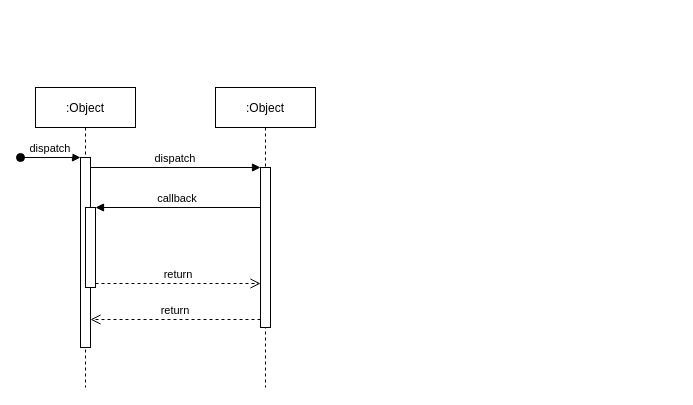
This is addBill.drawio from Hengjiu99/UML, a draw.io file, before an edit. Source tidied: cells renumbered, new cells numbered last; positions are measured from the earlier drawing's top-left corner, leaving out a move shared by most shapes. Both pictures are drawn from the tidied source at 100%, with x=0, y=0 at pixel (20, 87).
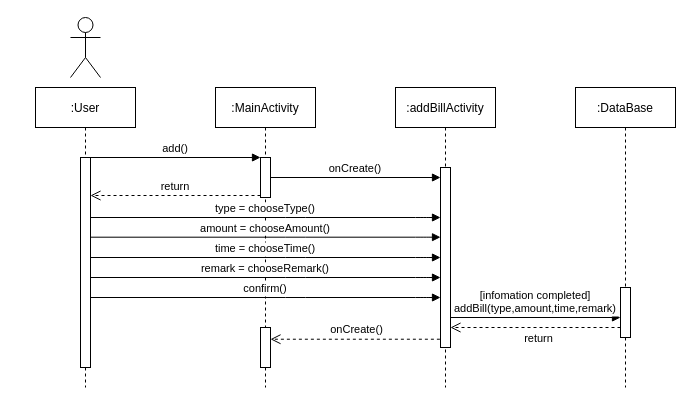
The same page after the edit.

Diff of the diagram source:
```diff
@@
-    <mxCell id="2" value=":Object" style="shape=umlLifeline;perimeter=lifelinePerimeter;rounded=0;shadow=0;strokeWidth=1;" parent="1" vertex="1">
+    <mxCell id="2" value=":User" style="shape=umlLifeline;perimeter=lifelinePerimeter;rounded=0;shadow=0;strokeWidth=1;" parent="1" vertex="1">
       <mxGeometry x="15" width="100" height="300" as="geometry" />
     </mxCell>
     <mxCell id="3" style="points=[];perimeter=orthogonalPerimeter;rounded=0;shadow=0;strokeWidth=1;" parent="2" vertex="1">
-      <mxGeometry x="45" y="70" width="10" height="190" as="geometry" />
+      <mxGeometry x="45" y="70" width="10" height="210" as="geometry" />
     </mxCell>
-    <mxCell id="4" value="dispatch" style="verticalAlign=bottom;startArrow=oval;endArrow=block;startSize=8;shadow=0;strokeWidth=1;" parent="2" edge="1" target="3">
-      <mxGeometry relative="1" as="geometry">
-        <mxPoint x="-15" y="70" as="sourcePoint" />
-      </mxGeometry>
-    </mxCell>
-    <mxCell id="5" style="points=[];perimeter=orthogonalPerimeter;rounded=0;shadow=0;strokeWidth=1;" parent="2" vertex="1">
-      <mxGeometry x="50" y="120" width="10" height="80" as="geometry" />
-    </mxCell>
-    <mxCell id="6" value=":Object" style="shape=umlLifeline;perimeter=lifelinePerimeter;rounded=0;shadow=0;strokeWidth=1;" parent="1" vertex="1">
+    <mxCell id="6" value=":MainActivity" style="shape=umlLifeline;perimeter=lifelinePerimeter;rounded=0;shadow=0;strokeWidth=1;" parent="1" vertex="1">
       <mxGeometry x="195" width="100" height="300" as="geometry" />
     </mxCell>
     <mxCell id="7" style="points=[];perimeter=orthogonalPerimeter;rounded=0;shadow=0;strokeWidth=1;" parent="6" vertex="1">
-      <mxGeometry x="45" y="80" width="10" height="160" as="geometry" />
+      <mxGeometry x="45" y="70" width="10" height="40" as="geometry" />
     </mxCell>
+    <mxCell id="12" value="time = chooseTime()" style="verticalAlign=bottom;endArrow=block;shadow=0;strokeWidth=1;" parent="6" edge="1">
+      <mxGeometry relative="1" as="geometry">
+        <mxPoint x="-125" y="170" as="sourcePoint" />
+        <mxPoint x="225" y="170" as="targetPoint" />
+        <Array as="points">
+          <mxPoint x="80" y="170" />
+          <mxPoint x="210" y="170" />
+        </Array>
+      </mxGeometry>
+    </mxCell>
+    <mxCell id="13" style="points=[];perimeter=orthogonalPerimeter;rounded=0;shadow=0;strokeWidth=1;" parent="6" vertex="1">
+      <mxGeometry x="45" y="240" width="10" height="40" as="geometry" />
+    </mxCell>
@@
-    <mxCell id="9" value="dispatch" style="verticalAlign=bottom;endArrow=block;entryX=0;entryY=0;shadow=0;strokeWidth=1;" parent="1" edge="1" source="3" target="7">
+    <mxCell id="9" value="add()" style="verticalAlign=bottom;endArrow=block;entryX=0;entryY=0;shadow=0;strokeWidth=1;" parent="1" edge="1" source="3" target="7">
       <mxGeometry relative="1" as="geometry" />
     </mxCell>
-    <mxCell id="10" value="callback" style="verticalAlign=bottom;endArrow=block;entryX=1;entryY=0;shadow=0;strokeWidth=1;" parent="1" edge="1" source="7" target="5">
-      <mxGeometry relative="1" as="geometry" />
-    </mxCell>
+    <mxCell id="14" value=":addBillActivity" style="shape=umlLifeline;perimeter=lifelinePerimeter;rounded=0;shadow=0;strokeWidth=1;" parent="1" vertex="1">
+      <mxGeometry x="375" width="100" height="300" as="geometry" />
+    </mxCell>
+    <mxCell id="15" style="points=[];perimeter=orthogonalPerimeter;rounded=0;shadow=0;strokeWidth=1;" parent="14" vertex="1">
+      <mxGeometry x="45" y="80" width="10" height="180" as="geometry" />
+    </mxCell>
+    <mxCell id="16" value="onCreate()" style="verticalAlign=bottom;endArrow=block;entryX=0;entryY=0;shadow=0;strokeWidth=1;" parent="1" edge="1">
+      <mxGeometry relative="1" as="geometry">
+        <mxPoint x="250" y="90" as="sourcePoint" />
+        <mxPoint x="420" y="90" as="targetPoint" />
+      </mxGeometry>
+    </mxCell>
+    <mxCell id="17" value="type = chooseType()" style="verticalAlign=bottom;endArrow=block;shadow=0;strokeWidth=1;" parent="1" edge="1" source="3" target="15">
+      <mxGeometry relative="1" as="geometry">
+        <Array as="points">
+          <mxPoint x="275" y="130" />
+          <mxPoint x="405" y="130" />
+        </Array>
+      </mxGeometry>
+    </mxCell>
+    <mxCell id="18" value=":DataBase" style="shape=umlLifeline;perimeter=lifelinePerimeter;rounded=0;shadow=0;strokeWidth=1;" parent="1" vertex="1">
+      <mxGeometry x="555" width="100" height="300" as="geometry" />
+    </mxCell>
+    <mxCell id="19" style="perimeter=orthogonalPerimeter;rounded=0;shadow=0;strokeWidth=1;" parent="18" vertex="1">
+      <mxGeometry x="45" y="200" width="10" height="50" as="geometry" />
+    </mxCell>
+    <mxCell id="20" value="amount = chooseAmount()" style="verticalAlign=bottom;endArrow=block;shadow=0;strokeWidth=1;" parent="1" edge="1">
+      <mxGeometry relative="1" as="geometry">
+        <mxPoint x="70" y="149.7" as="sourcePoint" />
+        <mxPoint x="420" y="149.7" as="targetPoint" />
+        <Array as="points">
+          <mxPoint x="275" y="149.7" />
+          <mxPoint x="405" y="149.7" />
+        </Array>
+      </mxGeometry>
+    </mxCell>
+    <mxCell id="21" value="remark = chooseRemark()" style="verticalAlign=bottom;endArrow=block;shadow=0;strokeWidth=1;" parent="1" edge="1">
+      <mxGeometry relative="1" as="geometry">
+        <mxPoint x="70" y="190" as="sourcePoint" />
+        <mxPoint x="420" y="190" as="targetPoint" />
+        <Array as="points">
+          <mxPoint x="275" y="190" />
+          <mxPoint x="405" y="190" />
+        </Array>
+      </mxGeometry>
+    </mxCell>
-    <mxCell id="11" value="return" style="verticalAlign=bottom;endArrow=open;dashed=1;endSize=8;exitX=1;exitY=0.95;shadow=0;strokeWidth=1;" parent="1" edge="1" source="5" target="7">
-      <mxGeometry relative="1" as="geometry" />
+    <mxCell id="11" value="return" style="html=1;verticalAlign=bottom;endArrow=open;dashed=1;endSize=8;rounded=0;" parent="1" edge="1">
+      <mxGeometry x="-0.03" y="20" relative="1" as="geometry">
+        <mxPoint x="600" y="240" as="sourcePoint" />
+        <mxPoint x="430" y="240" as="targetPoint" />
+      </mxGeometry>
     </mxCell>
+    <mxCell id="22" value="[infomation completed]&#10;addBill(type,amount,time,remark)" style="verticalAlign=bottom;endArrow=block;entryX=0;entryY=0;shadow=0;strokeWidth=1;" parent="1" edge="1">
+      <mxGeometry relative="1" as="geometry">
+        <mxPoint x="430" y="230" as="sourcePoint" />
+        <mxPoint x="600" y="230" as="targetPoint" />
+      </mxGeometry>
+    </mxCell>
+    <mxCell id="23" value="confirm()" style="verticalAlign=bottom;endArrow=block;shadow=0;strokeWidth=1;" parent="1" edge="1">
+      <mxGeometry relative="1" as="geometry">
+        <mxPoint x="70" y="210" as="sourcePoint" />
+        <mxPoint x="420" y="210" as="targetPoint" />
+        <Array as="points">
+          <mxPoint x="275" y="210" />
+          <mxPoint x="405" y="210" />
+        </Array>
+      </mxGeometry>
+    </mxCell>
+    <mxCell id="24" value="onCreate()" style="html=1;verticalAlign=bottom;endArrow=open;dashed=1;endSize=8;rounded=0;exitX=-0.062;exitY=0.954;exitDx=0;exitDy=0;exitPerimeter=0;" parent="1" edge="1" source="15" target="13">
+      <mxGeometry x="-0.02" y="-1" relative="1" as="geometry" />
+    </mxCell>
+    <mxCell id="25" style="shape=umlActor;html=1;verticalLabelPosition=bottom;verticalAlign=top;align=center;" parent="1" vertex="1">
+      <mxGeometry x="50" y="-70" width="30" height="60" as="geometry" />
+    </mxCell>
```
